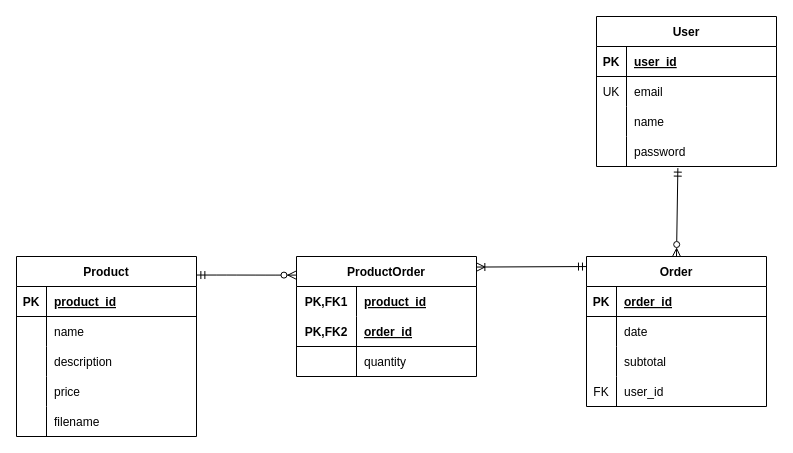
This is Diagrams/ERD.drawio from JeroenHeemskerk/educom-webshop-database-1690270728, a draw.io file, before an edit. Source tidied: cells renumbered, new cells numbered last; positions are measured from the earlier drawing's top-left corner, leaving out a move shared by most shapes. Both pictures are drawn from the tidied source at 100%, with x=0, y=0 at pixel (16, 16).
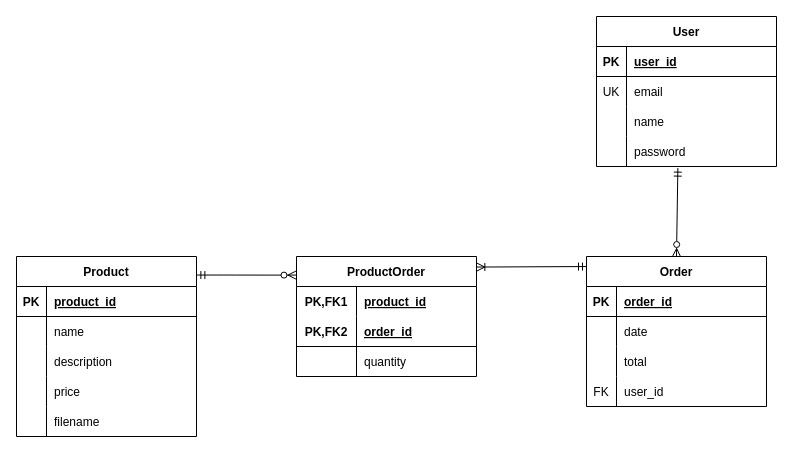
Above is the later version.

Unchanged cells that the change refers to:
```xml
<mxCell id="25" style="shape=tableRow;horizontal=0;startSize=0;swimlaneHead=0;swimlaneBody=0;fillColor=none;top=0;left=0;right=0;bottom=0;" parent="18" vertex="1">
  <mxGeometry y="90" width="180" height="30" as="geometry" />
</mxCell>
```

Diff of the diagram source:
```diff
@@
-    <mxCell id="27" value="subtotal" style="shape=partialRectangle;fillColor=none;top=0;left=0;bottom=0;right=0;align=left;spacingLeft=6;overflow=hidden;" parent="25" vertex="1">
+    <mxCell id="27" value="total" style="shape=partialRectangle;fillColor=none;top=0;left=0;bottom=0;right=0;align=left;spacingLeft=6;overflow=hidden;" parent="25" vertex="1">
       <mxGeometry x="30" width="150" height="30" as="geometry" />
     </mxCell>
```
